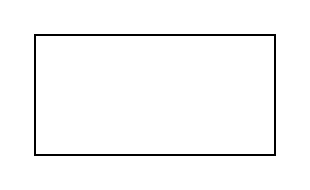
This is Untitled Diagram.drawio from clraconis/persona5, a draw.io file, before an edit. Source tidied: cells renumbered, new cells numbered last; positions are measured from the earlier drawing's top-left corner, leaving out a move shared by most shapes. Both pictures are drawn from the tidied source at 200%, with x=0, y=0 at pixel (34, 34).
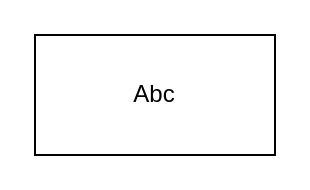
After the change.

What changed in the source:
```diff
@@
 <mxGraphModel>
   <root>
     <mxCell id="0" />
     <mxCell id="1" parent="0" />
-    <mxCell id="2" style="rounded=0;whiteSpace=wrap;html=1;" parent="1" vertex="1">
+    <mxCell id="2" value="Abc" style="rounded=0;whiteSpace=wrap;html=1;" parent="1" vertex="1">
       <mxGeometry width="120" height="60" as="geometry" />
     </mxCell>
   </root>
 </mxGraphModel>
```
